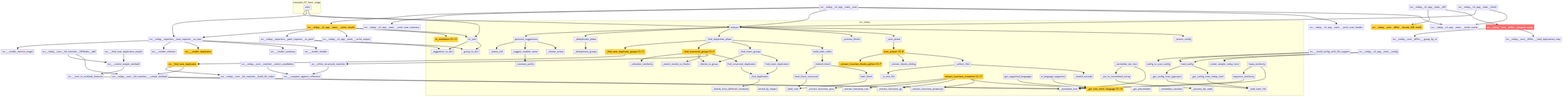
Earlier version of the Mermaid export project/flow.png (semcod/redup). Its source is kept beside it as project/flow.mmd.
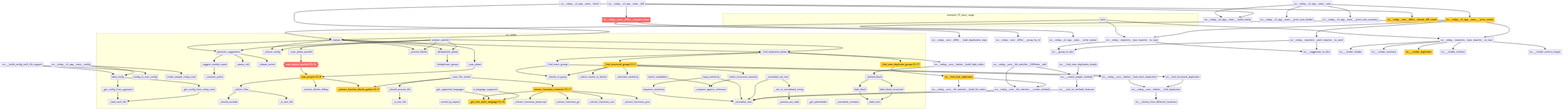
Later version of the same file.

Change to the diagram source:
```diff
@@ -20,12 +20,17 @@
         src__redup__core__scanner___extract_blocks_sliding["_extract_blocks_sliding"]
         src___extract_function_blocks_python("_extract_function_blocks_python CC=9")
         src__redup__core__scanner__scan_project("scan_project CC=8")
+        src___scan_file_worker["_scan_file_worker"]
+        src___should_process_file["_should_process_file"]
+        src__redup__core__parallel_scanner___is_test_file["_is_test_file"]
+        src__scan_project_parallel{{scan_project_parallel CC=16}}
         src__sorted_by_impact["sorted_by_impact"]
         src__redup__core__pipeline___blocks_to_group["_blocks_to_group"]
         src__redup__core__pipeline___deduplicate_groups["_deduplicate_groups"]
         src__redup__core__pipeline__analyze["analyze"]
         src__redup__core__pipeline___ensure_config["_ensure_config"]
         src__redup__core__pipeline___scan_phase["_scan_phase"]
+        src__redup__core__pipeline___scan_phase_parallel["_scan_phase_parallel"]
         src__redup__core__pipeline___process_blocks["_process_blocks"]
         src__redup__core__pipeline___find_duplicates_phase["_find_duplicates_phase"]
         src__redup__core__pipeline___find_exact_groups["_find_exact_groups"]
@@ -34,6 +39,7 @@
         src___match_results_to_blocks["_match_results_to_blocks"]
         src__redup__core__pipeline___calculate_similarity["_calculate_similarity"]
         src___find_near_duplicate_groups("_find_near_duplicate_groups CC=11")
+        src__redup__core__pipeline__analyze_parallel["analyze_parallel"]
         src___get_tree_sitter_language("_get_tree_sitter_language CC=10")
         src___extract_functions_javascript["_extract_functions_javascript"]
         src___extract_functions_go["_extract_functions_go"]
@@ -42,6 +48,11 @@
         src__extract_functions_treesitter("extract_functions_treesitter CC=11")
         src__get_supported_languages["get_supported_languages"]
         src__is_language_supported["is_language_supported"]
+        src__redup__core__matcher__sequence_similarity["sequence_similarity"]
+        src__redup__core__matcher__fuzzy_similarity["fuzzy_similarity"]
+        src___compare_against_reference["_compare_against_reference"]
+        src__redup__core__matcher__match_candidates["match_candidates"]
+        src__refine_structural_matches["refine_structural_matches"]
         src__redup__core__hasher___normalize_text["_normalize_text"]
         src__redup__core__hasher___normalize_ast_text["_normalize_ast_text"]
         src___ast_to_normalized_string["_ast_to_normalized_string"]
@@ -52,25 +63,14 @@
         src__redup__core__hasher__hash_block["hash_block"]
         src__redup__core__hasher__hash_block_structural["hash_block_structural"]
         src__redup__core__hasher___hashed_block["_hashed_block"]
-        src__redup__core__hasher__build_hash_index["build_hash_index"]
-        src__redup__core__hasher___find_duplicates["_find_duplicates"]
-        src__redup__core__hasher__find_exact_duplicates["find_exact_duplicates"]
-        src__find_structural_duplicates["find_structural_duplicates"]
-        src___blocks_from_different_locations["_blocks_from_different_locations"]
-        src__to_markdown("to_markdown CC=12")
-        src___group_to_dict["_group_to_dict"]
-        src___suggestion_to_dict["_suggestion_to_dict"]
-        src__redup__reporters__json_reporter__to_json["to_json"]
-        src__redup__core__matcher__sequence_similarity["sequence_similarity"]
-        src__redup__core__matcher__fuzzy_similarity["fuzzy_similarity"]
     end
-    examples__01_basic_usage__main --> src__redup__core__pipeline__analyze
-    examples__01_basic_usage__main --> src__redup__reporters__toon_reporter__to_toon
-    examples__01_basic_usage__main --> src__redup__reporters__json_reporter__to_json
     src___get_config_from_pyproject --> src__redup__core__config___load_toml_file
     src___get_config_from_redup_toml --> src__redup__core__config___load_toml_file
     src__redup__core__config__load_config --> src___get_config_from_redup_toml
     src__redup__core__config__load_config --> src___get_config_from_pyproject
+    examples__01_basic_usage__main --> src__redup__core__pipeline__analyze
+    examples__01_basic_usage__main --> src__redup__reporters__toon_reporter__to_toon
+    examples__01_basic_usage__main --> src__redup__reporters__json_reporter__to_json
     src__redup__core__planner___suggest_module_name --> src__redup__core__planner___common_prefix
     src__redup__core__planner__generate_suggestions --> src__redup__core__planner___choose_action
     src__redup__core__planner__generate_suggestions --> src__redup__core__planner___suggest_module_name
@@ -80,6 +80,11 @@
     src__redup__core__scanner__scan_project --> src__redup__core__scanner___collect_files
     src__redup__core__scanner__scan_project --> src__redup__core__scanner___extract_blocks_sliding
     src__redup__core__scanner__scan_project --> src___extract_function_blocks_python
+    src___scan_file_worker --> src___should_process_file
+    src___scan_file_worker --> src___extract_function_blocks_python
+    src___scan_file_worker --> src__extract_functions_treesitter
+    src___should_process_file --> src__redup__core__parallel_scanner___is_test_file
+    src__scan_project_parallel --> src__redup__core__scanner__scan_project
     src__redup__core__pipeline__analyze --> src__redup__core__pipeline___ensure_config
     src__redup__core__pipeline__analyze --> src__redup__core__pipeline___scan_phase
     src__redup__core__pipeline__analyze --> src__redup__core__pipeline___process_blocks
@@ -87,6 +92,7 @@
     src__redup__core__pipeline__analyze --> src__redup__core__pipeline___deduplicate_phase
     src__redup__core__pipeline__analyze --> src__redup__core__planner__generate_suggestions
     src__redup__core__pipeline___scan_phase --> src__redup__core__scanner__scan_project
+    src__redup__core__pipeline___scan_phase_parallel --> src__scan_project_parallel
     src__redup__core__pipeline___find_duplicates_phase --> src__redup__core__hasher__build_hash_index
     src__redup__core__pipeline___find_duplicates_phase --> src__redup__core__pipeline___find_exact_groups
     src__redup__core__pipeline___find_duplicates_phase --> src___find_structural_groups
@@ -100,6 +106,12 @@
     src___find_structural_groups --> src__redup__core__pipeline___calculate_similarity
     src__redup__core__pipeline___deduplicate_phase --> src__redup__core__pipeline___deduplicate_groups
     src___find_near_duplicate_groups --> src__find_near_duplicates
+    src__redup__core__pipeline__analyze_parallel --> src__redup__core__pipeline___ensure_config
+    src__redup__core__pipeline__analyze_parallel --> src__redup__core__pipeline___scan_phase_parallel
+    src__redup__core__pipeline__analyze_parallel --> src__redup__core__pipeline___process_blocks
+    src__redup__core__pipeline__analyze_parallel --> src__redup__core__pipeline___find_duplicates_phase
+    src__redup__core__pipeline__analyze_parallel --> src__redup__core__pipeline___deduplicate_phase
+    src__redup__core__pipeline__analyze_parallel --> src__redup__core__planner__generate_suggestions
     src__extract_functions_treesitter --> src___get_tree_sitter_language
     src__extract_functions_treesitter --> src___extract_functions_javascript
     src__extract_functions_treesitter --> src___extract_functions_go
@@ -107,6 +119,11 @@
     src__extract_functions_treesitter --> src___extract_functions_java
     src__get_supported_languages --> src___get_tree_sitter_language
     src__is_language_supported --> src___get_tree_sitter_language
+    src__redup__core__matcher__sequence_similarity --> src__redup__core__hasher___normalize_text
+    src__redup__core__matcher__fuzzy_similarity --> src__redup__core__hasher___normalize_text
+    src__redup__core__matcher__fuzzy_similarity --> src__redup__core__matcher__sequence_similarity
+    src__redup__core__matcher__match_candidates --> src___compare_against_reference
+    src__refine_structural_matches --> src___compare_against_reference
     src__redup__core__hasher___normalize_ast_text --> src__redup__core__hasher___normalize_text
     src__redup__core__hasher___normalize_ast_text --> src___ast_to_normalized_string
     src___ast_to_normalized_string --> src__redup__core__hasher___process_ast_node
@@ -120,11 +137,6 @@
     src__find_structural_duplicates --> src__redup__core__hasher___find_duplicates
     src__redup__reporters__json_reporter__to_json --> src___group_to_dict
     src__redup__reporters__json_reporter__to_json --> src___suggestion_to_dict
-    src__redup__core__matcher__sequence_similarity --> src__redup__core__hasher___normalize_text
-    src__redup__core__matcher__fuzzy_similarity --> src__redup__core__hasher___normalize_text
-    src__redup__core__matcher__fuzzy_similarity --> src__redup__core__matcher__sequence_similarity
-    src__redup__core__matcher__match_candidates --> src___compare_against_reference
-    src__refine_structural_matches --> src___compare_against_reference
     src__redup__reporters__yaml_reporter__to_yaml --> src___group_to_dict
     src__redup__reporters__yaml_reporter__to_yaml --> src___suggestion_to_dict
     src__redup__core__lsh_matcher___create_minhash --> src__redup__core__hasher___normalize_text
@@ -148,10 +160,8 @@
     src__redup__cli_app__main___write_results --> src__redup__reporters__json_reporter__to_json
     src__redup__cli_app__main___write_results --> src__redup__reporters__yaml_reporter__to_yaml
     src__redup__cli_app__main___write_results --> src__redup__reporters__toon_reporter__to_toon
-    src__redup__cli_app__main___write_results --> src__to_markdown
     src__redup__cli_app__main__scan --> src__redup__cli_app__main___build_config
     src__redup__cli_app__main__scan --> src__redup__cli_app__main___print_scan_header
-    src__redup__cli_app__main__scan --> src__redup__core__pipeline__analyze
     src__redup__cli_app__main__scan --> src__redup__cli_app__main___print_scan_summary
     src__redup__cli_app__main__scan --> src__redup__cli_app__main___write_results
     src__redup__cli_app__main__diff --> src__redup__core__differ__compare_scans
@@ -163,5 +173,5 @@
 
     classDef highCC fill:#ff6b6b,stroke:#c92a2a,color:#fff
     classDef medCC fill:#ffd43b,stroke:#f08c00,color:#000
-    class src__redup__core__differ__compare_scans highCC
+    class src__scan_project_parallel,src__redup__core__differ__compare_scans highCC
     class src___extract_function_blocks_python,src__redup__core__scanner__scan_project,src___find_structural_groups,src___find_near_duplicate_groups,src___get_tree_sitter_language,src__extract_functions_treesitter,src__to_markdown,src__find_near_duplicates,src__find_all_near_duplicates,src__redup__core__differ__format_diff_result,src___render_duplicates,src__redup__cli_app__main___write_results medCC
```
